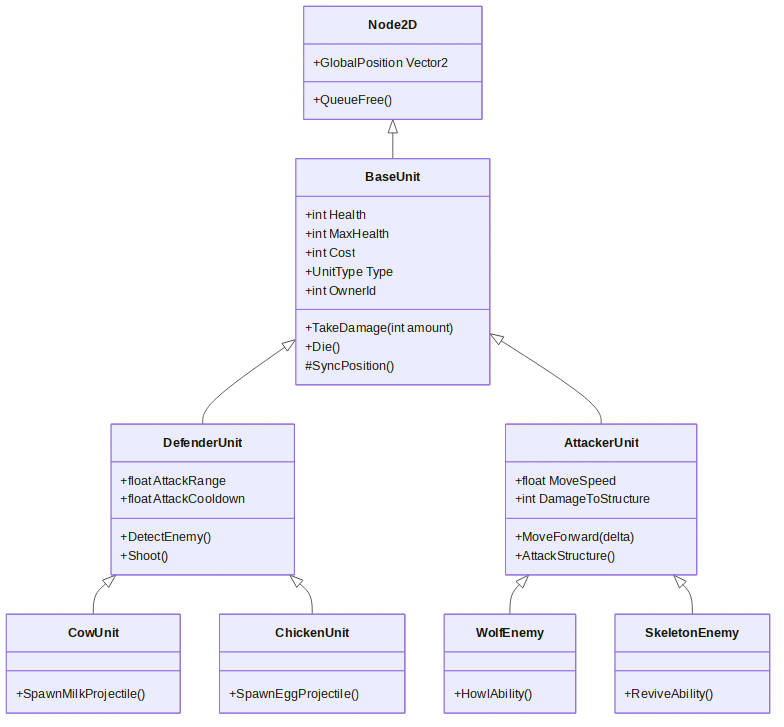
Earlier version of the Mermaid export docs/diagrams/class_structure.png (stefanFortza/farm-defense-harvest-wars). Its source is kept beside it as docs/diagrams/class_structure.mmd. Source of this version:
```mermaid
classDiagram
    class Node2D {
        +GlobalPosition Vector2
        +QueueFree()
    }

    class BaseUnit {
        +int Health
        +int MaxHealth
        +int Cost
        +UnitType Type
        +int OwnerId
        +TakeDamage(int amount)
        +Die()
        #SyncPosition()
    }

    class DefenderUnit {
        +float AttackRange
        +float AttackCooldown
        +DetectEnemy()
        +Shoot()
    }

    class CowUnit {
        +SpawnMilkProjectile()
    }

    class ChickenUnit {
        +SpawnEggProjectile()
    }

    class AttackerUnit {
        +float MoveSpeed
        +int DamageToStructure
        +MoveForward(delta)
        +AttackStructure()
    }

    class WolfEnemy {
        +HowlAbility()
    }

    class SkeletonEnemy {
        +ReviveAbility()
    }

    Node2D <|-- BaseUnit
    BaseUnit <|-- DefenderUnit
    BaseUnit <|-- AttackerUnit
    DefenderUnit <|-- CowUnit
    DefenderUnit <|-- ChickenUnit
    AttackerUnit <|-- WolfEnemy
    AttackerUnit <|-- SkeletonEnemy
```
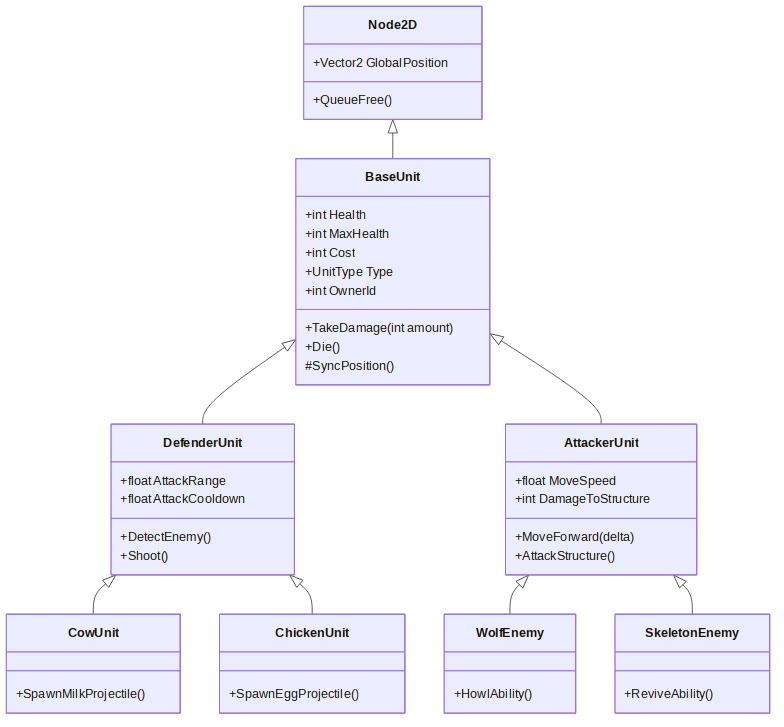
The same file after the commit.

Commit message:
Update class structure and diagrams: refine class definitions, add economy loop, and enhance network architecture

Change to the diagram source:
```diff
@@ -1,6 +1,6 @@
 classDiagram
     class Node2D {
-        +GlobalPosition Vector2
+        +Vector2 GlobalPosition
         +QueueFree()
     }
 
```
